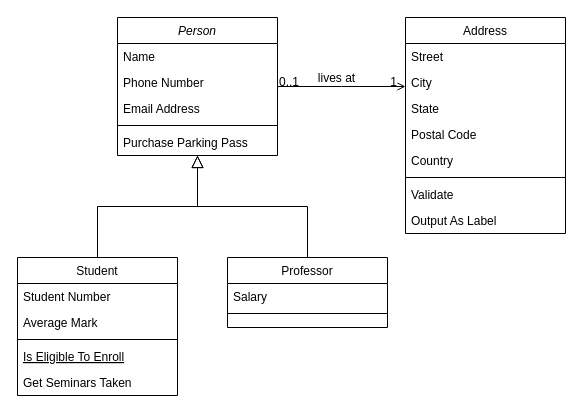
Earlier version of the draw.io diagram Biểu đồ không có tiêu đề.drawio (TrongFlorida/Draw). Source tidied: cells renumbered, new cells numbered last; positions are measured from the earlier drawing's top-left corner, leaving out a move shared by most shapes. Both pictures are drawn from the tidied source at 100%, with x=0, y=0 at pixel (17, 17).
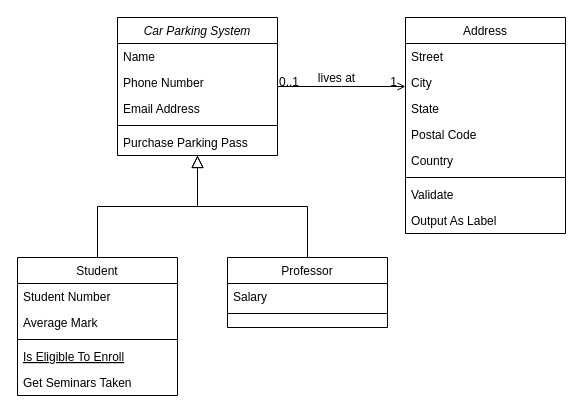
After the change.

Commit message:
Car Parking

Diff of the diagram source:
```diff
@@
-    <mxCell id="2" value="Person" style="swimlane;fontStyle=2;align=center;verticalAlign=top;horizontal=1;startSize=26;rounded=0;shadow=0;strokeWidth=1;" parent="1" vertex="1">
+    <mxCell id="2" value="Car Parking System" style="swimlane;fontStyle=2;align=center;verticalAlign=top;horizontal=1;startSize=26;rounded=0;shadow=0;strokeWidth=1;" parent="1" vertex="1">
       <mxGeometry x="100" width="160" height="138" as="geometry" />
     </mxCell>
```
